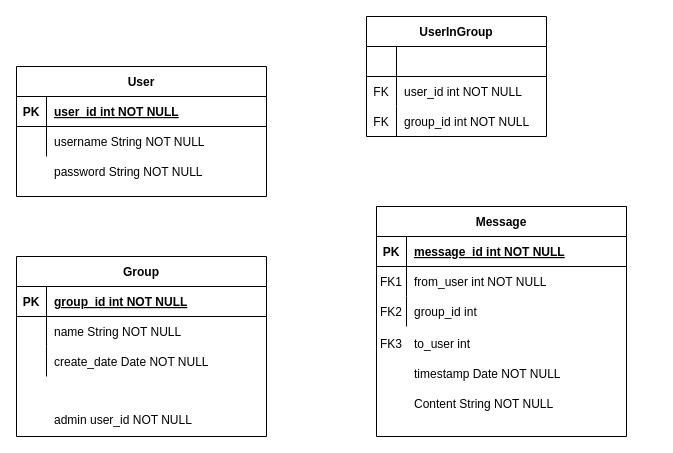
This is ER.drawio from jfrank98/pd-tp, a draw.io file, before an edit. Source tidied: cells renumbered, new cells numbered last; positions are measured from the earlier drawing's top-left corner, leaving out a move shared by most shapes. Both pictures are drawn from the tidied source at 100%, with x=0, y=0 at pixel (16, 16).
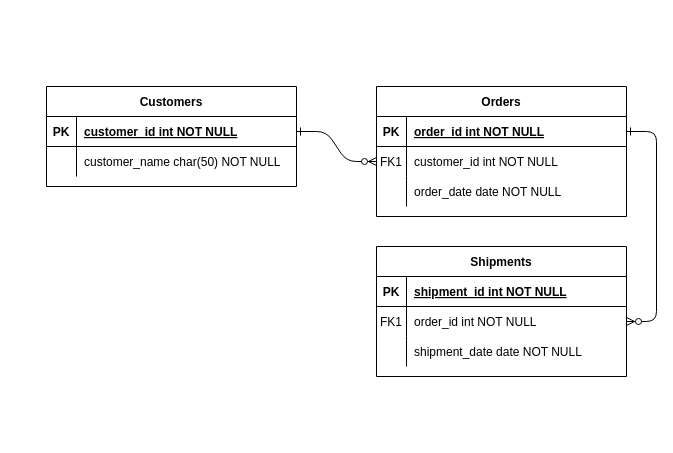
After the change.

Unchanged cells that the change refers to:
```xml
<mxCell id="4" style="shape=partialRectangle;fillColor=none;points=[[0,0.5],[1,0.5]];portConstraint=eastwest;top=0;left=0;right=0;bottom=1;" parent="3" vertex="1">
  <mxGeometry y="30" width="250" height="30" as="geometry" />
</mxCell>
<mxCell id="7" style="shape=partialRectangle;fillColor=none;points=[[0,0.5],[1,0.5]];portConstraint=eastwest;top=0;left=0;right=0;bottom=0;" parent="3" vertex="1">
  <mxGeometry y="60" width="250" height="30" as="geometry" />
</mxCell>
<mxCell id="10" style="shape=partialRectangle;fillColor=none;top=0;left=0;right=0;bottom=0;" parent="3" vertex="1">
  <mxGeometry y="90" width="250" height="30" as="geometry" />
</mxCell>
<mxCell id="25" style="shape=partialRectangle;fillColor=none;top=0;left=0;right=0;bottom=1;" parent="24" vertex="1">
  <mxGeometry y="30" width="250" height="30" as="geometry" />
</mxCell>
<mxCell id="28" style="shape=partialRectangle;fillColor=none;points=[[0,0.5],[1,0.5]];portConstraint=eastwest;top=0;left=0;right=0;bottom=0;" parent="24" vertex="1">
  <mxGeometry y="60" width="250" height="30" as="geometry" />
</mxCell>
<mxCell id="31" style="shape=partialRectangle;fillColor=none;top=0;left=0;right=0;bottom=0;" parent="24" vertex="1">
  <mxGeometry y="90" width="250" height="30" as="geometry" />
</mxCell>
```

Diff of the diagram source:
```diff
@@
-    <mxCell id="2" style="group;" parent="1" vertex="1">
-      <mxGeometry y="240" width="250" height="180" as="geometry" />
-    </mxCell>
+    <mxCell id="48" style="edgeStyle=entityRelationEdgeStyle;endArrow=ERzeroToMany;startArrow=ERone;endFill=1;startFill=0;" parent="1" edge="1" source="16" target="7">
+      <mxGeometry relative="1" as="geometry" />
+    </mxCell>
+    <mxCell id="49" style="edgeStyle=entityRelationEdgeStyle;endArrow=ERzeroToMany;startArrow=ERone;endFill=1;startFill=0;" parent="1" edge="1" source="4" target="28">
+      <mxGeometry relative="1" as="geometry" />
+    </mxCell>
-    <mxCell id="3" value="Group" style="shape=table;startSize=30;childLayout=tableLayout;rowLines=0;fontStyle=1;align=center;" parent="2" vertex="1">
-      <mxGeometry width="250" height="180" as="geometry" />
+    <mxCell id="3" value="Orders" style="shape=table;startSize=30;childLayout=tableLayout;rowLines=0;fontStyle=1;align=center;" parent="1" vertex="1">
+      <mxGeometry x="360" y="70" width="250" height="130" as="geometry" />
     </mxCell>
@@
-    <mxCell id="6" value="group_id int NOT NULL" style="shape=partialRectangle;overflow=hidden;fillColor=none;top=0;left=0;bottom=0;right=0;align=left;spacingLeft=6;fontStyle=5;" parent="4" vertex="1">
+    <mxCell id="6" value="order_id int NOT NULL " style="shape=partialRectangle;overflow=hidden;fillColor=none;top=0;left=0;bottom=0;right=0;align=left;spacingLeft=6;fontStyle=5;" parent="4" vertex="1">
       <mxGeometry x="30" width="220" height="30" as="geometry" />
     </mxCell>
@@
-    <mxCell id="8" style="shape=partialRectangle;overflow=hidden;fillColor=none;top=0;left=0;bottom=0;right=0;" parent="7" vertex="1">
+    <mxCell id="8" value="FK1" style="shape=partialRectangle;overflow=hidden;fillColor=none;top=0;left=0;bottom=0;right=0;" parent="7" vertex="1">
       <mxGeometry width="30" height="30" as="geometry" />
     </mxCell>
-    <mxCell id="9" value="name String NOT NULL" style="shape=partialRectangle;overflow=hidden;fillColor=none;top=0;left=0;bottom=0;right=0;align=left;spacingLeft=6;" parent="7" vertex="1">
+    <mxCell id="9" value="customer_id int NOT NULL" style="shape=partialRectangle;overflow=hidden;fillColor=none;top=0;left=0;bottom=0;right=0;align=left;spacingLeft=6;" parent="7" vertex="1">
       <mxGeometry x="30" width="220" height="30" as="geometry" />
     </mxCell>
@@
-    <mxCell id="12" value="create_date Date NOT NULL" style="shape=partialRectangle;overflow=hidden;fillColor=none;top=0;left=0;bottom=0;right=0;align=left;spacingLeft=6;" parent="10" vertex="1">
+    <mxCell id="12" value="order_date date NOT NULL" style="shape=partialRectangle;overflow=hidden;fillColor=none;top=0;left=0;bottom=0;right=0;align=left;spacingLeft=6;" parent="10" vertex="1">
       <mxGeometry x="30" width="220" height="30" as="geometry" />
     </mxCell>
-    <mxCell id="13" value="admin user_id NOT NULL" style="shape=partialRectangle;overflow=hidden;fillColor=none;top=0;left=0;bottom=0;right=0;align=left;spacingLeft=6;" parent="2" vertex="1">
-      <mxGeometry x="30" y="145.5" width="220" height="34.5" as="geometry" />
-    </mxCell>
-    <mxCell id="14" style="group;" parent="1" vertex="1">
-      <mxGeometry y="50" width="250" height="160" as="geometry" />
-    </mxCell>
-    <mxCell id="15" value="User" style="shape=table;startSize=30;childLayout=tableLayout;rowLines=0;fontStyle=1;align=center;" parent="14" vertex="1">
-      <mxGeometry width="250" height="130" as="geometry" />
-    </mxCell>
-    <mxCell id="16" style="shape=partialRectangle;fillColor=none;points=[[0,0.5],[1,0.5]];portConstraint=eastwest;top=0;left=0;right=0;bottom=1;" parent="15" vertex="1">
-      <mxGeometry y="30" width="250" height="30" as="geometry" />
-    </mxCell>
-    <mxCell id="17" value="PK" style="shape=partialRectangle;overflow=hidden;fillColor=none;top=0;left=0;bottom=0;right=0;fontStyle=1;" parent="16" vertex="1">
-      <mxGeometry width="30" height="30" as="geometry" />
-    </mxCell>
-    <mxCell id="18" value="user_id int NOT NULL" style="shape=partialRectangle;overflow=hidden;fillColor=none;top=0;left=0;bottom=0;right=0;align=left;spacingLeft=6;fontStyle=5;" parent="16" vertex="1">
-      <mxGeometry x="30" width="220" height="30" as="geometry" />
-    </mxCell>
-    <mxCell id="19" style="shape=partialRectangle;fillColor=none;top=0;left=0;right=0;bottom=0;" parent="15" vertex="1">
-      <mxGeometry y="60" width="250" height="30" as="geometry" />
-    </mxCell>
-    <mxCell id="20" style="shape=partialRectangle;overflow=hidden;fillColor=none;top=0;left=0;bottom=0;right=0;" parent="19" vertex="1">
-      <mxGeometry width="30" height="30" as="geometry" />
-    </mxCell>
-    <mxCell id="21" value="username String NOT NULL" style="shape=partialRectangle;overflow=hidden;fillColor=none;top=0;left=0;bottom=0;right=0;align=left;spacingLeft=6;" parent="19" vertex="1">
-      <mxGeometry x="30" width="220" height="30" as="geometry" />
-    </mxCell>
-    <mxCell id="22" value="password String NOT NULL" style="shape=partialRectangle;overflow=hidden;fillColor=none;top=0;left=0;bottom=0;right=0;align=left;spacingLeft=6;" parent="14" vertex="1">
-      <mxGeometry x="30" y="90" width="220" height="30" as="geometry" />
-    </mxCell>
-    <mxCell id="23" style="group;" parent="1" vertex="1">
-      <mxGeometry x="360" y="190" width="250" height="230" as="geometry" />
-    </mxCell>
-    <mxCell id="24" value="Message" style="shape=table;startSize=30;childLayout=tableLayout;rowLines=0;fontStyle=1;align=center;" parent="23" vertex="1">
-      <mxGeometry width="250" height="230" as="geometry" />
+    <mxCell id="24" value="Shipments" style="shape=table;startSize=30;childLayout=tableLayout;rowLines=0;fontStyle=1;align=center;" parent="1" vertex="1">
+      <mxGeometry x="360" y="230" width="250" height="130" as="geometry" />
     </mxCell>
@@
-    <mxCell id="27" value="message_id int NOT NULL" style="shape=partialRectangle;overflow=hidden;fillColor=none;top=0;left=0;bottom=0;right=0;align=left;spacingLeft=6;fontStyle=5;" parent="25" vertex="1">
+    <mxCell id="27" value="shipment_id int NOT NULL " style="shape=partialRectangle;overflow=hidden;fillColor=none;top=0;left=0;bottom=0;right=0;align=left;spacingLeft=6;fontStyle=5;" parent="25" vertex="1">
       <mxGeometry x="30" width="220" height="30" as="geometry" />
     </mxCell>
@@
-    <mxCell id="30" value="from_user int NOT NULL" style="shape=partialRectangle;overflow=hidden;fillColor=none;top=0;left=0;bottom=0;right=0;align=left;spacingLeft=6;" parent="28" vertex="1">
+    <mxCell id="30" value="order_id int NOT NULL" style="shape=partialRectangle;overflow=hidden;fillColor=none;top=0;left=0;bottom=0;right=0;align=left;spacingLeft=6;" parent="28" vertex="1">
       <mxGeometry x="30" width="220" height="30" as="geometry" />
     </mxCell>
@@
-    <mxCell id="32" value="FK2" style="shape=partialRectangle;overflow=hidden;fillColor=none;top=0;left=0;bottom=0;right=0;" parent="31" vertex="1">
+    <mxCell id="32" style="shape=partialRectangle;overflow=hidden;fillColor=none;top=0;left=0;bottom=0;right=0;" parent="31" vertex="1">
       <mxGeometry width="30" height="30" as="geometry" />
     </mxCell>
-    <mxCell id="33" value="group_id int " style="shape=partialRectangle;overflow=hidden;fillColor=none;top=0;left=0;bottom=0;right=0;align=left;spacingLeft=6;" parent="31" vertex="1">
+    <mxCell id="33" value="shipment_date date NOT NULL" style="shape=partialRectangle;overflow=hidden;fillColor=none;top=0;left=0;bottom=0;right=0;align=left;spacingLeft=6;" parent="31" vertex="1">
       <mxGeometry x="30" width="220" height="30" as="geometry" />
     </mxCell>
-    <mxCell id="34" value="timestamp Date NOT NULL" style="shape=partialRectangle;overflow=hidden;fillColor=none;top=0;left=0;bottom=0;right=0;align=left;spacingLeft=6;" parent="23" vertex="1">
-      <mxGeometry x="30" y="150" width="220" height="34.5" as="geometry" />
-    </mxCell>
-    <mxCell id="35" value="to_user int" style="shape=partialRectangle;overflow=hidden;fillColor=none;top=0;left=0;bottom=0;right=0;align=left;spacingLeft=6;" parent="23" vertex="1">
-      <mxGeometry x="30" y="120" width="220" height="34.5" as="geometry" />
-    </mxCell>
-    <mxCell id="36" value="FK3" style="shape=partialRectangle;overflow=hidden;fillColor=none;top=0;left=0;bottom=0;right=0;" parent="23" vertex="1">
-      <mxGeometry y="120" width="30" height="34.5" as="geometry" />
-    </mxCell>
-    <mxCell id="37" value="Content String NOT NULL" style="shape=partialRectangle;overflow=hidden;fillColor=none;top=0;left=0;bottom=0;right=0;align=left;spacingLeft=6;" parent="23" vertex="1">
-      <mxGeometry x="30" y="180" width="220" height="34.5" as="geometry" />
-    </mxCell>
-    <mxCell id="38" value="UserInGroup" style="shape=table;startSize=30;childLayout=tableLayout;rowLines=0;fontStyle=1;align=center;" parent="1" vertex="1">
-      <mxGeometry x="350" width="180" height="120" as="geometry" />
-    </mxCell>
-    <mxCell id="39" style="shape=partialRectangle;fillColor=none;top=0;left=0;bottom=1;right=0;" parent="38" vertex="1">
-      <mxGeometry y="30" width="180" height="30" as="geometry" />
-    </mxCell>
-    <mxCell id="40" style="shape=partialRectangle;fillColor=none;top=0;left=0;bottom=0;right=0;fontStyle=1;overflow=hidden;" parent="39" vertex="1">
-      <mxGeometry width="30" height="30" as="geometry" />
-    </mxCell>
-    <mxCell id="41" style="shape=partialRectangle;fillColor=none;top=0;left=0;bottom=0;right=0;align=left;spacingLeft=6;fontStyle=5;overflow=hidden;" parent="39" vertex="1">
-      <mxGeometry x="30" width="150" height="30" as="geometry" />
-    </mxCell>
-    <mxCell id="42" style="shape=partialRectangle;fillColor=none;top=0;left=0;bottom=0;right=0;" parent="38" vertex="1">
-      <mxGeometry y="60" width="180" height="30" as="geometry" />
-    </mxCell>
-    <mxCell id="43" value="FK" style="shape=partialRectangle;fillColor=none;top=0;left=0;bottom=0;right=0;overflow=hidden;" parent="42" vertex="1">
-      <mxGeometry width="30" height="30" as="geometry" />
-    </mxCell>
-    <mxCell id="44" value="user_id int NOT NULL" style="shape=partialRectangle;fillColor=none;top=0;left=0;bottom=0;right=0;align=left;spacingLeft=6;overflow=hidden;" parent="42" vertex="1">
-      <mxGeometry x="30" width="150" height="30" as="geometry" />
-    </mxCell>
-    <mxCell id="45" style="shape=partialRectangle;fillColor=none;top=0;left=0;bottom=0;right=0;" parent="38" vertex="1">
-      <mxGeometry y="90" width="180" height="30" as="geometry" />
-    </mxCell>
-    <mxCell id="46" value="FK" style="shape=partialRectangle;fillColor=none;top=0;left=0;bottom=0;right=0;overflow=hidden;" parent="45" vertex="1">
-      <mxGeometry width="30" height="30" as="geometry" />
-    </mxCell>
-    <mxCell id="47" value="group_id int NOT NULL" style="shape=partialRectangle;fillColor=none;top=0;left=0;bottom=0;right=0;align=left;spacingLeft=6;overflow=hidden;" parent="45" vertex="1">
-      <mxGeometry x="30" width="150" height="30" as="geometry" />
-    </mxCell>
+    <mxCell id="15" value="Customers" style="shape=table;startSize=30;childLayout=tableLayout;rowLines=0;fontStyle=1;align=center;" parent="1" vertex="1">
+      <mxGeometry x="30" y="70" width="250" height="100" as="geometry" />
+    </mxCell>
+    <mxCell id="16" style="shape=partialRectangle;fillColor=none;points=[[0,0.5],[1,0.5]];portConstraint=eastwest;top=0;left=0;right=0;bottom=1;" parent="15" vertex="1">
+      <mxGeometry y="30" width="250" height="30" as="geometry" />
+    </mxCell>
+    <mxCell id="17" value="PK" style="shape=partialRectangle;overflow=hidden;fillColor=none;top=0;left=0;bottom=0;right=0;fontStyle=1;" parent="16" vertex="1">
+      <mxGeometry width="30" height="30" as="geometry" />
+    </mxCell>
+    <mxCell id="18" value="customer_id int NOT NULL " style="shape=partialRectangle;overflow=hidden;fillColor=none;top=0;left=0;bottom=0;right=0;align=left;spacingLeft=6;fontStyle=5;" parent="16" vertex="1">
+      <mxGeometry x="30" width="220" height="30" as="geometry" />
+    </mxCell>
+    <mxCell id="19" style="shape=partialRectangle;fillColor=none;top=0;left=0;right=0;bottom=0;" parent="15" vertex="1">
+      <mxGeometry y="60" width="250" height="30" as="geometry" />
+    </mxCell>
+    <mxCell id="20" style="shape=partialRectangle;overflow=hidden;fillColor=none;top=0;left=0;bottom=0;right=0;" parent="19" vertex="1">
+      <mxGeometry width="30" height="30" as="geometry" />
+    </mxCell>
+    <mxCell id="21" value="customer_name char(50) NOT NULL" style="shape=partialRectangle;overflow=hidden;fillColor=none;top=0;left=0;bottom=0;right=0;align=left;spacingLeft=6;" parent="19" vertex="1">
+      <mxGeometry x="30" width="220" height="30" as="geometry" />
+    </mxCell>
```
